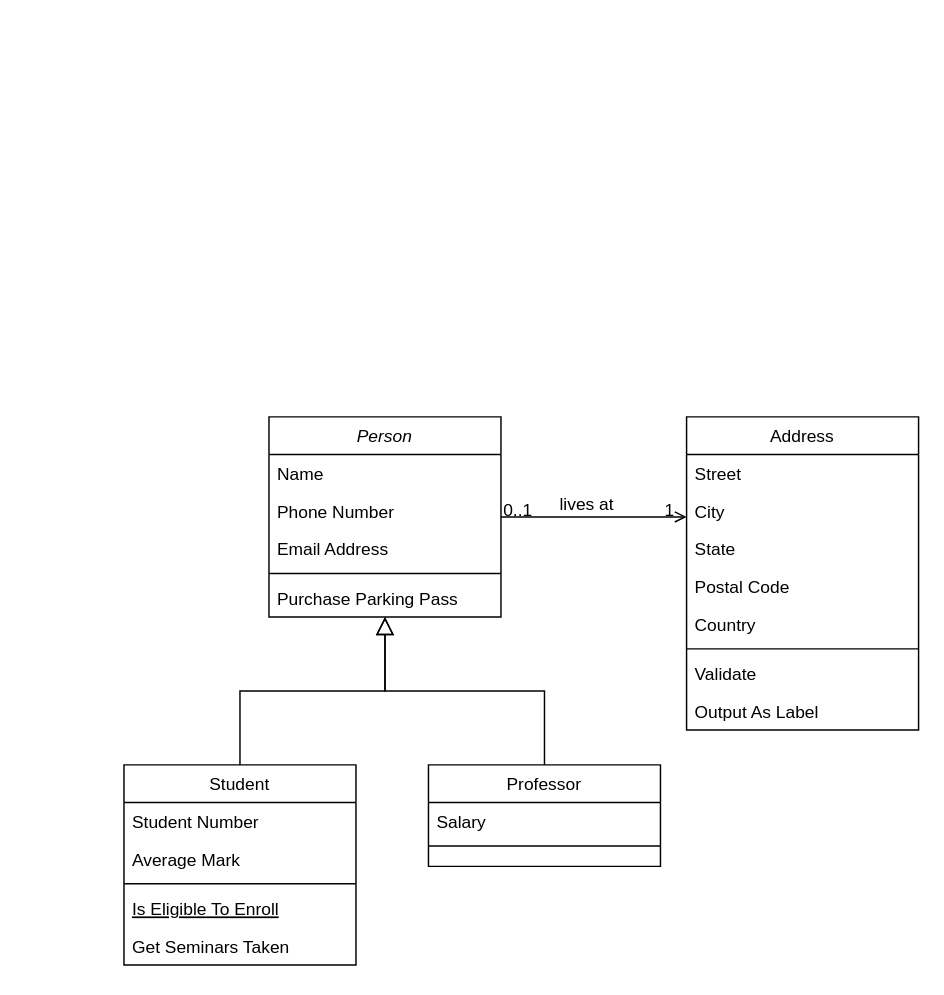
Above: Untitled Diagram.drawio in GTgyani206/MoodPalette (draw.io), before the change. Source tidied: cells renumbered, new cells numbered last; positions are measured from the earlier drawing's top-left corner, leaving out a move shared by most shapes. Both pictures are drawn from the tidied source at 145%, with x=0, y=0 at pixel (123, 416).
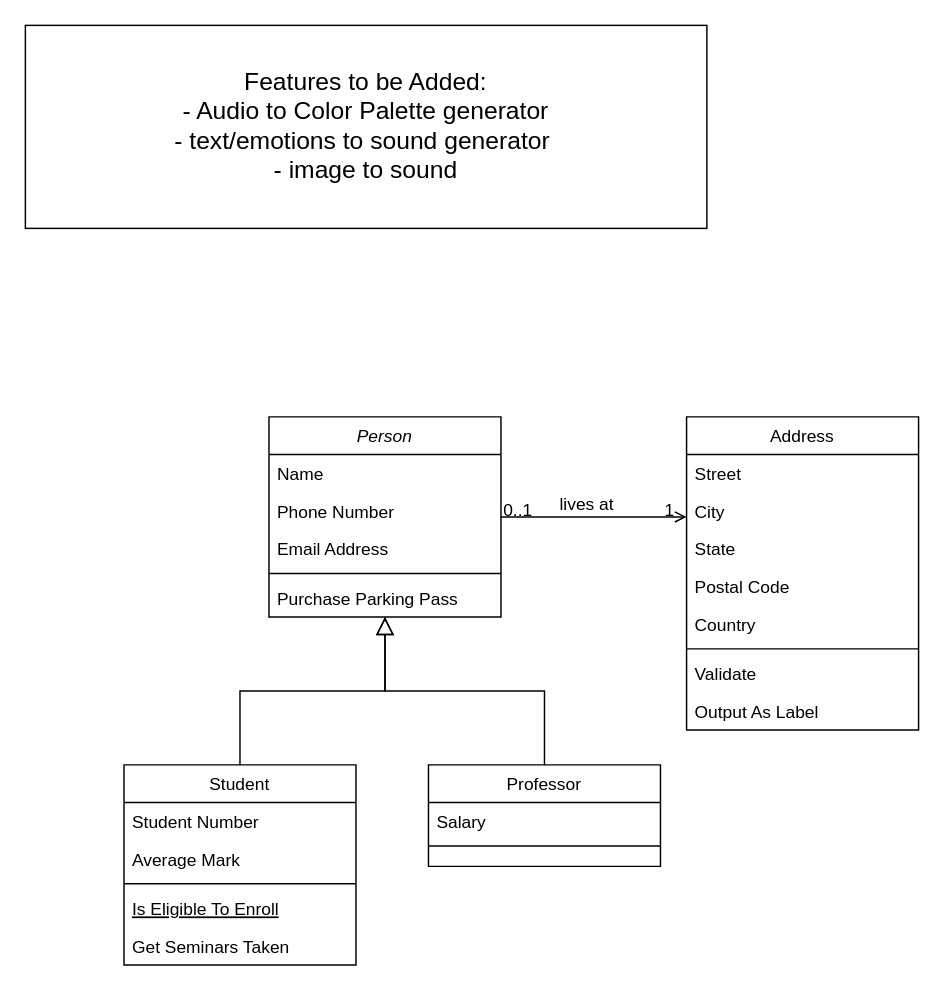
Above is the later version.

What changed in the source:
```diff
@@
+    <mxCell id="32" value="&lt;font style=&quot;font-size: 17px;&quot;&gt;Features to be Added:&lt;/font&gt;&lt;div style=&quot;font-size: 17px;&quot;&gt;&lt;font style=&quot;font-size: 17px;&quot;&gt;- Audio to Color Palette generator&lt;/font&gt;&lt;/div&gt;&lt;div style=&quot;font-size: 17px;&quot;&gt;&lt;font style=&quot;font-size: 17px;&quot;&gt;- text/emotions to sound generator&amp;nbsp;&lt;/font&gt;&lt;/div&gt;&lt;div style=&quot;font-size: 17px;&quot;&gt;&lt;font style=&quot;font-size: 17px;&quot;&gt;- image to sound&lt;/font&gt;&lt;/div&gt;" style="rounded=0;whiteSpace=wrap;html=1;" parent="1" vertex="1">
+      <mxGeometry x="-68" y="-270" width="470" height="140" as="geometry" />
+    </mxCell>
```
